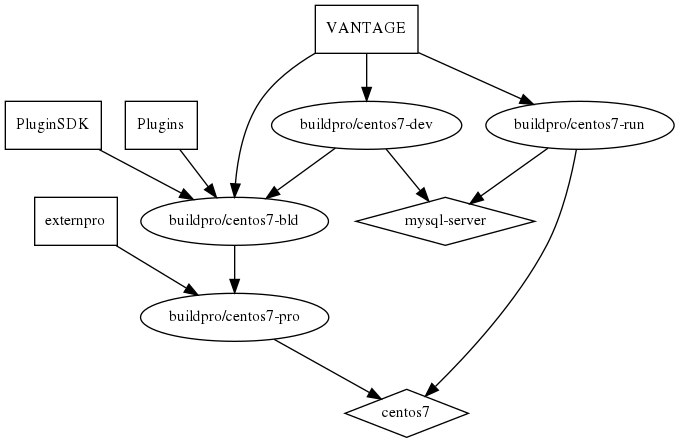
externpro/buildpro keeps this Graphviz diagram as private/graph.png. Above is the earlier version. Its source is kept beside it as private/graph.dot.
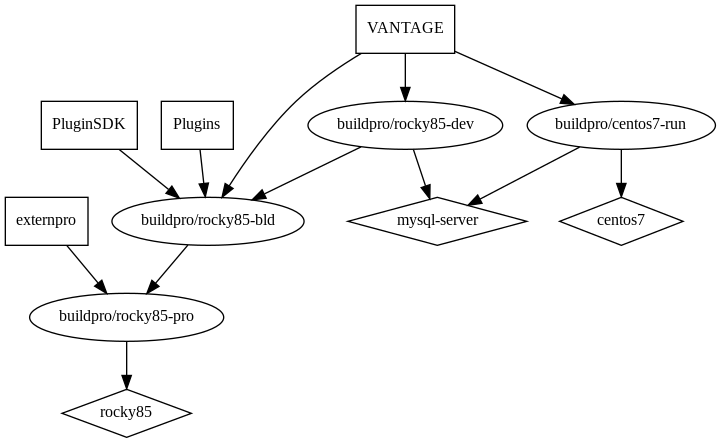
After the change.

Commit message:
rocky85: private/ directory changes

issue https://github.com/smanders/buildpro/issues/23

The edit, as a diff of the source:
```diff
@@ -1,21 +1,22 @@
 digraph GG {
   node [fontsize=12];
   "centos7" [shape=diamond];
+  "rocky85" [shape=diamond];
   "mysql-server" [shape=diamond];
   "externpro" [shape=box];
   "PluginSDK" [shape=box];
   "Plugins" [shape=box];
   "VANTAGE" [shape=box];
   "buildpro/centos7-run" -> "centos7";
-  "buildpro/centos7-pro" -> "centos7";
-  "buildpro/centos7-bld" -> "buildpro/centos7-pro";
-  "buildpro/centos7-dev" -> "buildpro/centos7-bld";
-  "buildpro/centos7-dev" -> "mysql-server";
+  "buildpro/rocky85-pro" -> "rocky85";
+  "buildpro/rocky85-bld" -> "buildpro/rocky85-pro";
+  "buildpro/rocky85-dev" -> "buildpro/rocky85-bld";
+  "buildpro/rocky85-dev" -> "mysql-server";
   "buildpro/centos7-run" -> "mysql-server";
-  "externpro" -> "buildpro/centos7-pro";
-  "PluginSDK" -> "buildpro/centos7-bld";
-  "Plugins" -> "buildpro/centos7-bld";
-  "VANTAGE" -> "buildpro/centos7-bld";
-  "VANTAGE" -> "buildpro/centos7-dev";
+  "externpro" -> "buildpro/rocky85-pro";
+  "PluginSDK" -> "buildpro/rocky85-bld";
+  "Plugins" -> "buildpro/rocky85-bld";
+  "VANTAGE" -> "buildpro/rocky85-bld";
+  "VANTAGE" -> "buildpro/rocky85-dev";
   "VANTAGE" -> "buildpro/centos7-run";
 }
```
